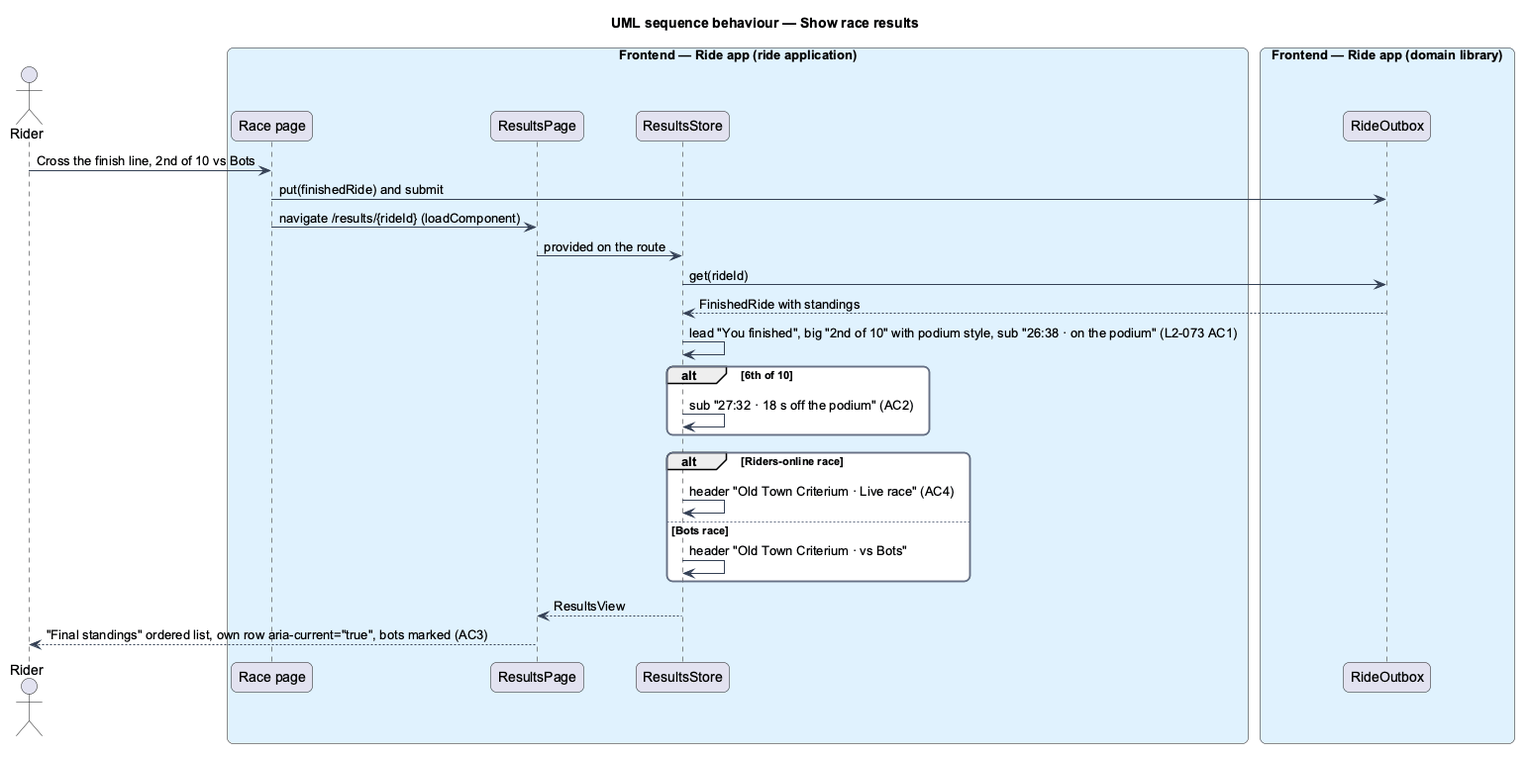
This is docs/detailed-designs/results/show-results/diagrams/sequence-show-race-results.png from QuinntyneBrown/ride-one, a PlantUML export, as it was before one commit.
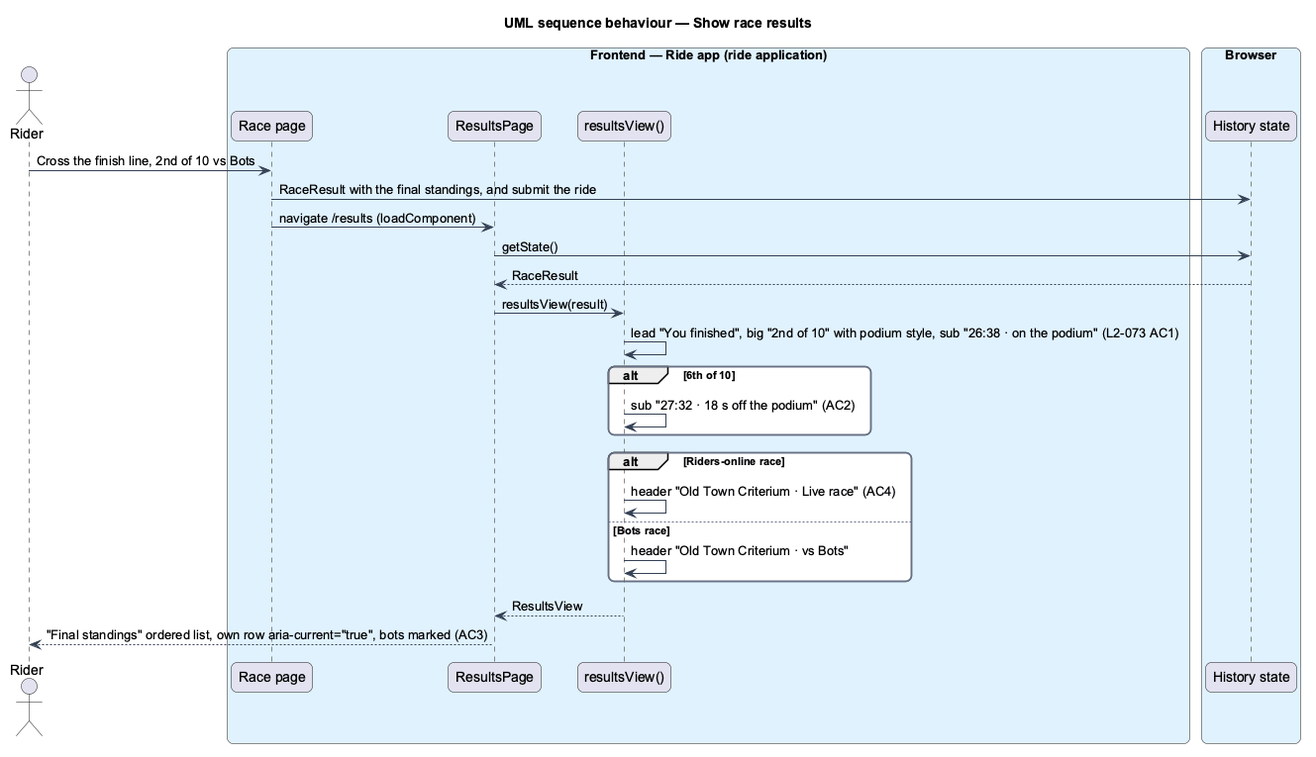
After the change.

Commit message:
Align slice 11.1's design: results from the navigation state

Change to the diagram source:
```diff
@@ -18,17 +18,17 @@
 box "Frontend — Ride app (ride application)" #E0F2FE
   participant "Race page" as race
   participant "ResultsPage" as page
-  participant "ResultsStore" as store
+  participant "resultsView()" as store
 end box
-box "Frontend — Ride app (domain library)" #E0F2FE
-  participant "RideOutbox" as outbox
+box "Browser" #E0F2FE
+  participant "History state" as outbox
 end box
 actor -> race : Cross the finish line, 2nd of 10 vs Bots
-race -> outbox : put(finishedRide) and submit
-race -> page : navigate /results/{rideId} (loadComponent)
-page -> store : provided on the route
-store -> outbox : get(rideId)
-outbox --> store : FinishedRide with standings
+race -> outbox : RaceResult with the final standings, and submit the ride
+race -> page : navigate /results (loadComponent)
+page -> outbox : getState()
+outbox --> page : RaceResult
+page -> store : resultsView(result)
 store -> store : lead "You finished", big "2nd of 10" with podium style, sub "26:38 · on the podium" (L2-073 AC1)
 alt 6th of 10
   store -> store : sub "27:32 · 18 s off the podium" (AC2)
```
